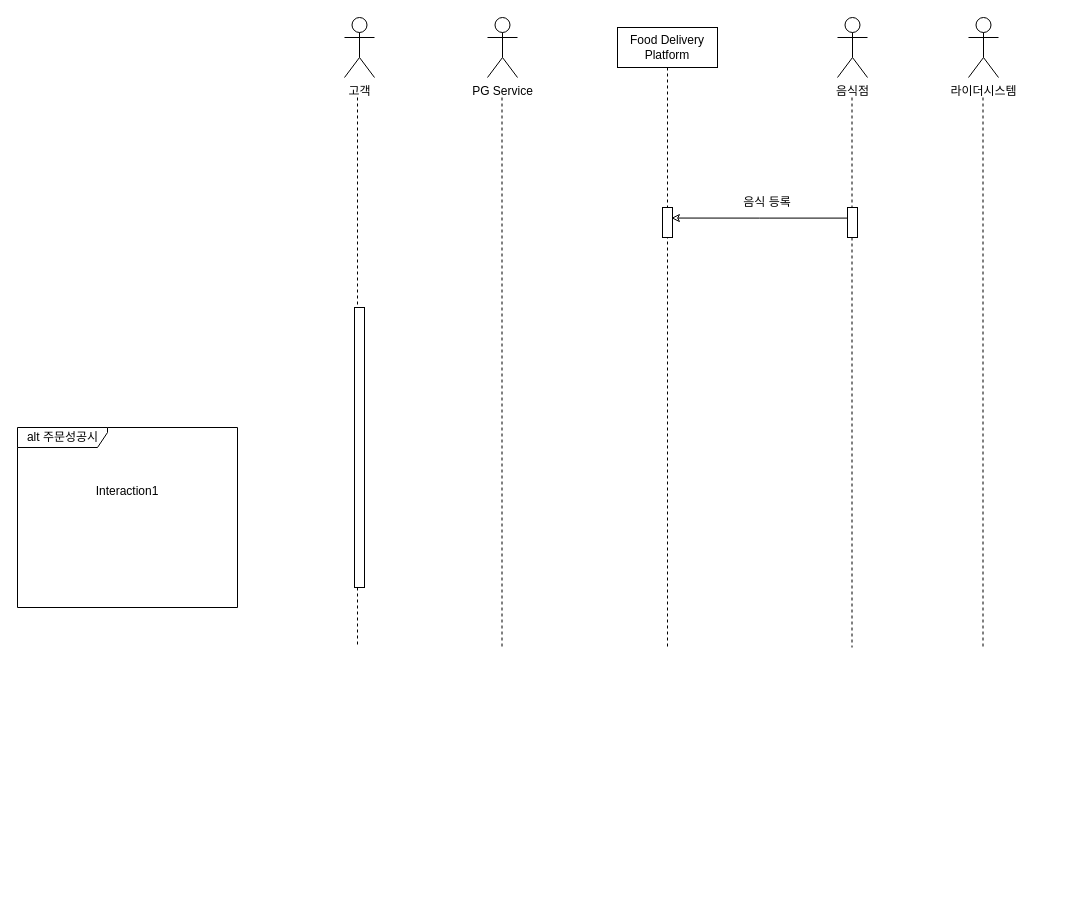
tempcru/uml keeps this draw.io diagram as 02. Sequence Diagram/OOAD팀과제.drawio. Above is the earlier version. Source tidied: cells renumbered, new cells numbered last; positions are measured from the earlier drawing's top-left corner, leaving out a move shared by most shapes. Both pictures are drawn from the tidied source at 100%, with x=0, y=0 at pixel (17, 17).
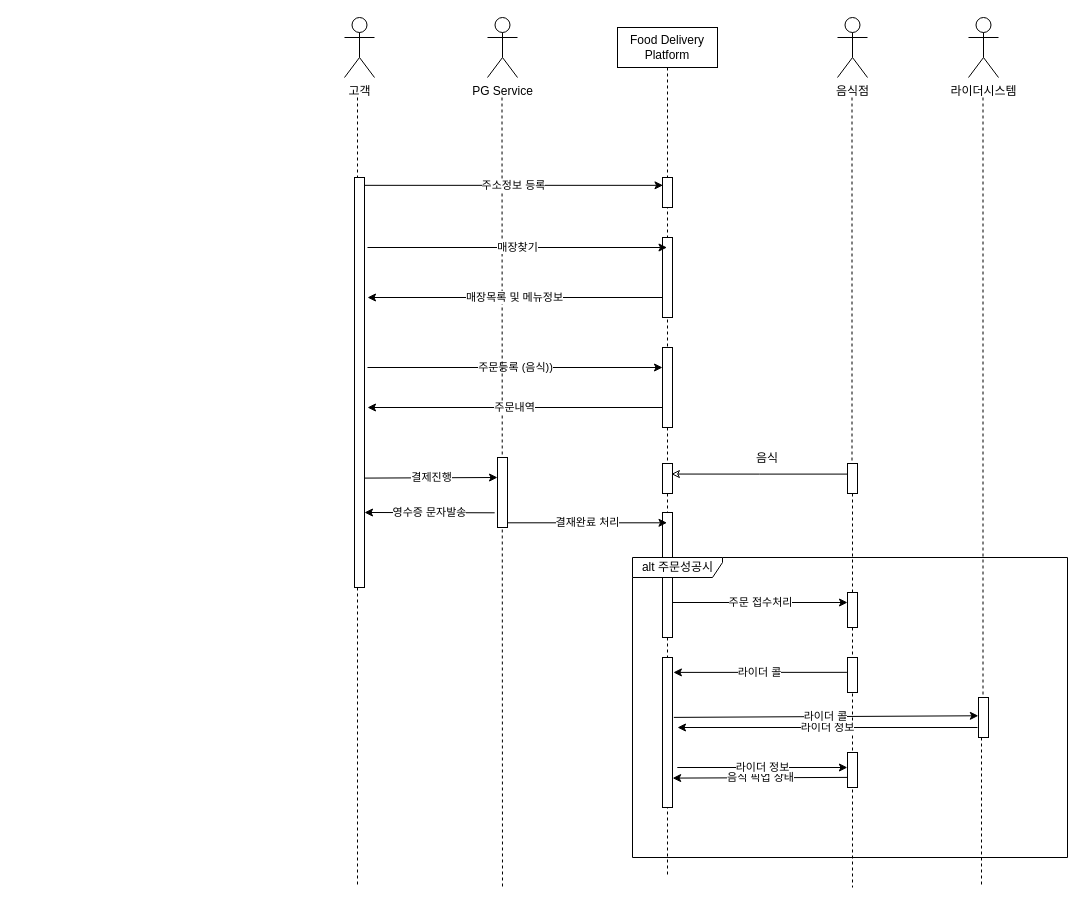
Above is the later version.

Commit message (it also covers changes not shown here):
OOAD팀과제.drawio 업데이트

Change to the diagram source:
```diff
@@
     <mxCell id="6" value="Food Delivery Platform" style="shape=umlLifeline;perimeter=lifelinePerimeter;whiteSpace=wrap;html=1;outlineConnect=0;" parent="1" vertex="1">
-      <mxGeometry x="600" y="10" width="100" height="620" as="geometry" />
+      <mxGeometry x="600" y="10" width="100" height="850" as="geometry" />
     </mxCell>
+    <mxCell id="20" style="html=1;points=[];perimeter=orthogonalPerimeter;" parent="6" vertex="1">
+      <mxGeometry x="45" y="150" width="10" height="30" as="geometry" />
+    </mxCell>
+    <mxCell id="21" style="html=1;points=[];perimeter=orthogonalPerimeter;" parent="6" vertex="1">
+      <mxGeometry x="45" y="210" width="10" height="80" as="geometry" />
+    </mxCell>
+    <mxCell id="22" style="html=1;perimeter=orthogonalPerimeter;" parent="6" vertex="1">
+      <mxGeometry x="45" y="320" width="10" height="80" as="geometry" />
+    </mxCell>
+    <mxCell id="23" value="주문등록 (음식))" style="endArrow=classic;html=1;rounded=0;" parent="6" edge="1">
+      <mxGeometry relative="1" as="geometry">
+        <mxPoint x="-250" y="340" as="sourcePoint" />
+        <mxPoint x="45" y="340" as="targetPoint" />
+      </mxGeometry>
+    </mxCell>
+    <mxCell id="24" style="html=1;perimeter=orthogonalPerimeter;" parent="6" vertex="1">
+      <mxGeometry x="45" y="485" width="10" height="125" as="geometry" />
+    </mxCell>
     <mxCell id="7" style="html=1;verticalAlign=bottom;labelBackgroundColor=none;endArrow=none;endFill=0;dashed=1;rounded=0;startArrow=none;" parent="1" edge="1" source="12">
       <mxGeometry relative="1" as="geometry">
-        <mxPoint x="340" y="630" as="targetPoint" />
+        <mxPoint x="340" y="870" as="targetPoint" />
       </mxGeometry>
     </mxCell>
-    <mxCell id="8" style="html=1;verticalAlign=bottom;labelBackgroundColor=none;endArrow=none;endFill=0;dashed=1;rounded=0;startArrow=none;" parent="1" edge="1" source="18">
+    <mxCell id="8" style="html=1;verticalAlign=bottom;labelBackgroundColor=none;endArrow=none;endFill=0;dashed=1;rounded=0;startArrow=none;" parent="1" edge="1" source="35">
       <mxGeometry relative="1" as="geometry">
-        <mxPoint x="834.5" y="630" as="targetPoint" />
+        <mxPoint x="835" y="870" as="targetPoint" />
       </mxGeometry>
     </mxCell>
     <mxCell id="9" style="html=1;verticalAlign=bottom;labelBackgroundColor=none;endArrow=none;endFill=0;dashed=1;rounded=0;" parent="1" edge="1">
       <mxGeometry relative="1" as="geometry">
         <mxPoint x="484.5" y="80" as="sourcePoint" />
-        <mxPoint x="484.5" y="630" as="targetPoint" />
+        <mxPoint x="485" y="870" as="targetPoint" />
       </mxGeometry>
     </mxCell>
-    <mxCell id="10" style="html=1;verticalAlign=bottom;labelBackgroundColor=none;endArrow=none;endFill=0;dashed=1;rounded=0;" parent="1" edge="1">
+    <mxCell id="10" style="html=1;verticalAlign=bottom;labelBackgroundColor=none;endArrow=none;endFill=0;dashed=1;rounded=0;startArrow=none;" parent="1" edge="1" source="37">
       <mxGeometry relative="1" as="geometry">
-        <mxPoint x="965.5" y="80" as="sourcePoint" />
-        <mxPoint x="965.5" y="630" as="targetPoint" />
+        <mxPoint x="964" y="870" as="targetPoint" />
       </mxGeometry>
     </mxCell>
@@
     <mxCell id="12" style="html=1;points=[];perimeter=orthogonalPerimeter;" parent="1" vertex="1">
-      <mxGeometry x="337" y="290" width="10" height="280" as="geometry" />
+      <mxGeometry x="337" y="160" width="10" height="410" as="geometry" />
     </mxCell>
     <mxCell id="13" value="alt 주문성공시" style="shape=umlFrame;tabPosition=left;html=1;boundedLbl=1;labelInHeader=1;width=90;height=20;" parent="1" vertex="1">
-      <mxGeometry y="410" width="220" height="180" as="geometry" />
+      <mxGeometry x="615" y="540" width="435" height="300" as="geometry" />
     </mxCell>
-    <mxCell id="14" value="Interaction1" style="text;align=center;" parent="13" vertex="1">
-      <mxGeometry width="100" height="20" relative="1" as="geometry">
-        <mxPoint x="60" y="50" as="offset" />
-      </mxGeometry>
-    </mxCell>
@@
     <mxCell id="16" style="html=1;points=[];perimeter=orthogonalPerimeter;" parent="1" vertex="1">
-      <mxGeometry x="645" y="190" width="10" height="30" as="geometry" />
+      <mxGeometry x="645" y="446" width="10" height="30" as="geometry" />
     </mxCell>
     <mxCell id="17" style="edgeStyle=orthogonalEdgeStyle;rounded=0;jettySize=auto;html=1;endArrow=classic;endFill=0;entryX=0.886;entryY=0.352;entryDx=0;entryDy=0;entryPerimeter=0;" parent="1" edge="1" source="18" target="16">
       <mxGeometry relative="1" as="geometry">
         <Array as="points">
-          <mxPoint x="742" y="200" />
+          <mxPoint x="742" y="456" />
         </Array>
       </mxGeometry>
     </mxCell>
     <mxCell id="18" style="html=1;points=[];perimeter=orthogonalPerimeter;" parent="1" vertex="1">
-      <mxGeometry x="830" y="190" width="10" height="30" as="geometry" />
+      <mxGeometry x="830" y="446" width="10" height="30" as="geometry" />
     </mxCell>
-    <mxCell id="19" value="음식 등록" style="text;html=1;strokeColor=none;fillColor=none;align=center;verticalAlign=middle;whiteSpace=wrap;rounded=0;" parent="1" vertex="1">
-      <mxGeometry x="720" y="170" width="60" height="30" as="geometry" />
+    <mxCell id="19" value="음식" style="text;html=1;strokeColor=none;fillColor=none;align=center;verticalAlign=middle;whiteSpace=wrap;rounded=0;" parent="1" vertex="1">
+      <mxGeometry x="720" y="426" width="60" height="30" as="geometry" />
     </mxCell>
+    <mxCell id="25" value="주소정보 등록" style="endArrow=classic;html=1;rounded=0;entryX=0.05;entryY=0.261;entryDx=0;entryDy=0;entryPerimeter=0;" parent="1" edge="1" source="12" target="20">
+      <mxGeometry relative="1" as="geometry" />
+    </mxCell>
+    <mxCell id="26" value="매장찾기" style="endArrow=classic;html=1;rounded=0;" parent="1" edge="1" target="6">
+      <mxGeometry relative="1" as="geometry">
+        <mxPoint x="350" y="230" as="sourcePoint" />
+      </mxGeometry>
+    </mxCell>
+    <mxCell id="27" value="매장목록 및 메뉴정보" style="endArrow=classic;html=1;rounded=0;" parent="1" edge="1" source="21">
+      <mxGeometry relative="1" as="geometry">
+        <mxPoint x="350" y="280" as="targetPoint" />
+      </mxGeometry>
+    </mxCell>
+    <mxCell id="28" value="주문내역" style="endArrow=classic;html=1;rounded=0;" parent="1" edge="1">
+      <mxGeometry relative="1" as="geometry">
+        <mxPoint x="645" y="390" as="sourcePoint" />
+        <mxPoint x="350" y="390" as="targetPoint" />
+      </mxGeometry>
+    </mxCell>
+    <mxCell id="29" style="html=1;points=[];perimeter=orthogonalPerimeter;" parent="1" vertex="1">
+      <mxGeometry x="480" y="440" width="10" height="70" as="geometry" />
+    </mxCell>
+    <mxCell id="30" value="결제진행" style="endArrow=classic;html=1;rounded=0;" parent="1" edge="1">
+      <mxGeometry relative="1" as="geometry">
+        <mxPoint x="347" y="460.6" as="sourcePoint" />
+        <mxPoint x="480" y="460" as="targetPoint" />
+      </mxGeometry>
+    </mxCell>
+    <mxCell id="31" value="영수증 문자발송" style="endArrow=classic;html=1;rounded=0;exitX=-0.283;exitY=0.79;exitDx=0;exitDy=0;exitPerimeter=0;" parent="1" edge="1" source="29">
+      <mxGeometry relative="1" as="geometry">
+        <mxPoint x="347" y="495" as="targetPoint" />
+      </mxGeometry>
+    </mxCell>
+    <mxCell id="32" value="결재완료 처리" style="endArrow=classic;html=1;rounded=0;exitX=-0.283;exitY=0.79;exitDx=0;exitDy=0;exitPerimeter=0;" parent="1" edge="1" target="6">
+      <mxGeometry relative="1" as="geometry">
+        <mxPoint x="490" y="505.3" as="sourcePoint" />
+      </mxGeometry>
+    </mxCell>
+    <mxCell id="33" value="주문 접수처리" style="endArrow=classic;html=1;rounded=0;exitX=-0.283;exitY=0.79;exitDx=0;exitDy=0;exitPerimeter=0;" parent="1" edge="1" target="35">
+      <mxGeometry relative="1" as="geometry">
+        <mxPoint x="655" y="585" as="sourcePoint" />
+      </mxGeometry>
+    </mxCell>
+    <mxCell id="34" style="html=1;verticalAlign=bottom;labelBackgroundColor=none;endArrow=none;endFill=0;dashed=1;rounded=0;startArrow=none;" parent="1" edge="1" source="18" target="35">
+      <mxGeometry relative="1" as="geometry" />
+    </mxCell>
+    <mxCell id="35" style="html=1;points=[];perimeter=orthogonalPerimeter;" parent="1" vertex="1">
+      <mxGeometry x="830" y="575" width="10" height="35" as="geometry" />
+    </mxCell>
+    <mxCell id="36" style="html=1;verticalAlign=bottom;labelBackgroundColor=none;endArrow=none;endFill=0;dashed=1;rounded=0;" parent="1" edge="1" target="37">
+      <mxGeometry relative="1" as="geometry">
+        <mxPoint x="965.5" y="80" as="sourcePoint" />
+      </mxGeometry>
+    </mxCell>
+    <mxCell id="37" style="html=1;points=[];perimeter=orthogonalPerimeter;" parent="1" vertex="1">
+      <mxGeometry x="961" y="680" width="10" height="40" as="geometry" />
+    </mxCell>
+    <mxCell id="38" value="라이더 콜" style="endArrow=classic;html=1;rounded=0;exitX=-0.057;exitY=0.424;exitDx=0;exitDy=0;exitPerimeter=0;entryX=0.094;entryY=0.383;entryDx=0;entryDy=0;entryPerimeter=0;" parent="1" edge="1" source="39" target="13">
+      <mxGeometry relative="1" as="geometry" />
+    </mxCell>
+    <mxCell id="39" style="html=1;points=[];perimeter=orthogonalPerimeter;" parent="1" vertex="1">
+      <mxGeometry x="830" y="640" width="10" height="35" as="geometry" />
+    </mxCell>
+    <mxCell id="40" value="라이더 정보" style="endArrow=classic;html=1;rounded=0;" parent="1" edge="1">
+      <mxGeometry relative="1" as="geometry">
+        <mxPoint x="960" y="710" as="sourcePoint" />
+        <mxPoint x="660" y="710" as="targetPoint" />
+      </mxGeometry>
+    </mxCell>
+    <mxCell id="41" style="html=1;perimeter=orthogonalPerimeter;" parent="1" vertex="1">
+      <mxGeometry x="830" y="735" width="10" height="35" as="geometry" />
+    </mxCell>
+    <mxCell id="42" value="음식 픽업 상태" style="endArrow=classic;html=1;rounded=0;exitX=0.494;exitY=0.733;exitDx=0;exitDy=0;exitPerimeter=0;entryX=1.014;entryY=0.804;entryDx=0;entryDy=0;entryPerimeter=0;" parent="1" edge="1" source="13" target="43">
+      <mxGeometry relative="1" as="geometry" />
+    </mxCell>
+    <mxCell id="43" style="html=1;points=[];perimeter=orthogonalPerimeter;" parent="1" vertex="1">
+      <mxGeometry x="645" y="640" width="10" height="150" as="geometry" />
+    </mxCell>
+    <mxCell id="44" value="라이더 콜" style="endArrow=classic;html=1;rounded=0;exitX=0.095;exitY=0.533;exitDx=0;exitDy=0;exitPerimeter=0;entryX=-0.014;entryY=0.457;entryDx=0;entryDy=0;entryPerimeter=0;" parent="1" edge="1" source="13" target="37">
+      <mxGeometry relative="1" as="geometry" />
+    </mxCell>
+    <mxCell id="45" value="라이더 정보" style="endArrow=classic;html=1;rounded=0;exitX=0.103;exitY=0.7;exitDx=0;exitDy=0;exitPerimeter=0;entryX=0.494;entryY=0.7;entryDx=0;entryDy=0;entryPerimeter=0;" parent="1" edge="1" source="13" target="13">
+      <mxGeometry relative="1" as="geometry" />
+    </mxCell>
```
